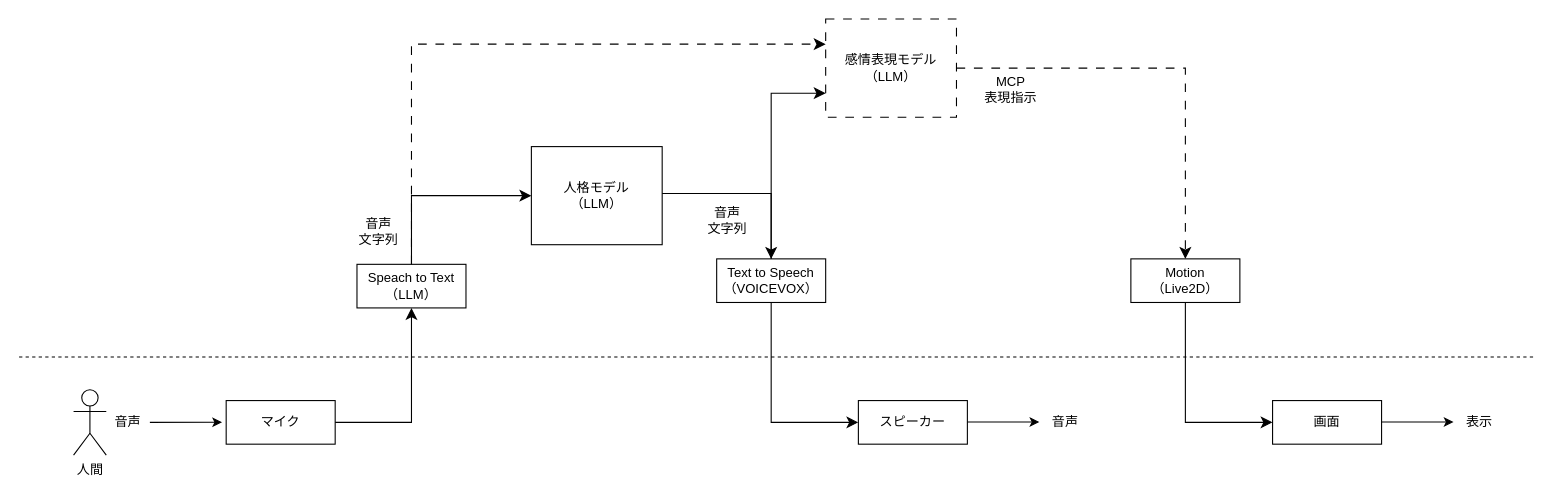
CodeneAria/PersonalityEmulator keeps this draw.io diagram as page "アーキテクチャ" (1 of 3) of document/system/architecture.drawio. Above is the earlier version. Source tidied: cells renumbered, new cells numbered last; positions are measured from the earlier drawing's top-left corner, leaving out a move shared by most shapes. Both pictures are drawn from the tidied source at 109%, with x=0, y=0 at pixel (19, 19).
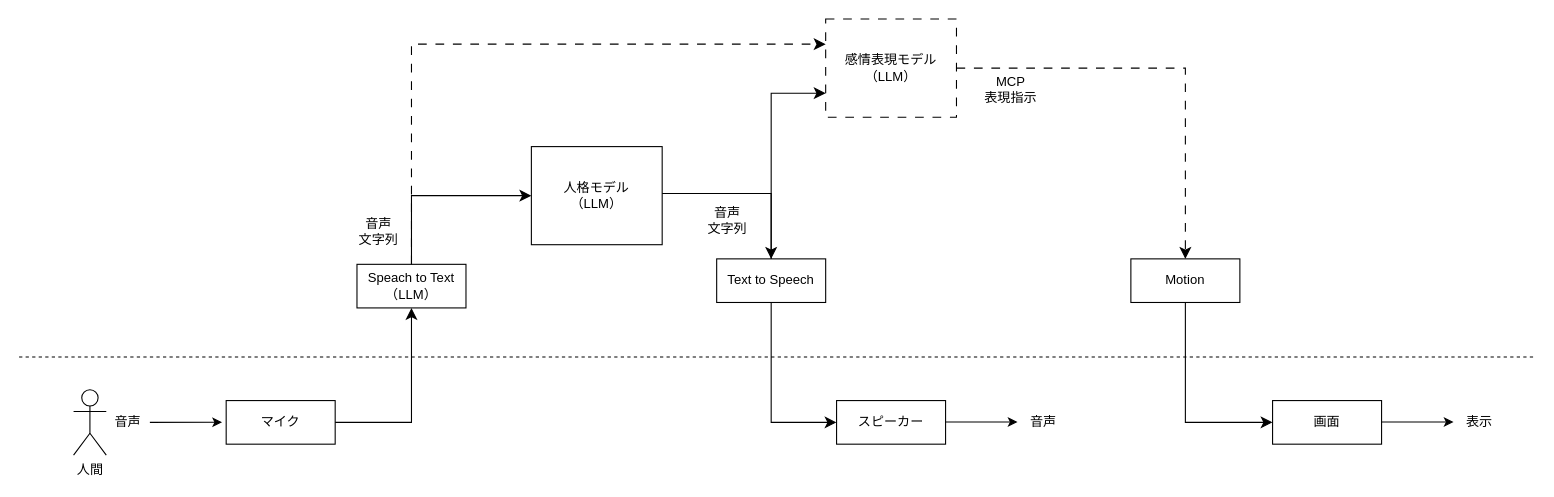
Above is the later version.

The edit, as a diff of the source:
```diff
@@
-    <mxCell id="13" value="Text to Speech&lt;div&gt;（VOICEVOX）&lt;/div&gt;" style="rounded=0;whiteSpace=wrap;html=1;" parent="1" vertex="1">
+    <mxCell id="13" value="Text to Speech" style="rounded=0;whiteSpace=wrap;html=1;" parent="1" vertex="1">
       <mxGeometry x="640" y="220" width="100" height="40" as="geometry" />
     </mxCell>
@@
     <mxCell id="15" value="スピーカー" style="rounded=0;whiteSpace=wrap;html=1;" parent="1" vertex="1">
-      <mxGeometry x="770" y="350" width="100" height="40" as="geometry" />
+      <mxGeometry x="750" y="350" width="100" height="40" as="geometry" />
     </mxCell>
-    <mxCell id="16" style="edgeStyle=elbowEdgeStyle;elbow=vertical;endArrow=classic;html=1;curved=0;rounded=0;endSize=8;startSize=8;exitX=0.5;exitY=1;exitDx=0;exitDy=0;entryX=0;entryY=0.5;entryDx=0;entryDy=0;" parent="1" edge="1" source="13" target="15">
-      <mxGeometry relative="1" as="geometry">
-        <Array as="points">
-          <mxPoint x="680" y="370" />
-        </Array>
-      </mxGeometry>
-    </mxCell>
     <mxCell id="17" value="&lt;span style=&quot;color: rgb(0, 0, 0);&quot;&gt;音声&lt;/span&gt;" style="text;html=1;align=center;verticalAlign=middle;whiteSpace=wrap;rounded=0;" parent="1" vertex="1">
-      <mxGeometry x="930" y="355" width="60" height="30" as="geometry" />
+      <mxGeometry x="910" y="355" width="60" height="30" as="geometry" />
     </mxCell>
     <mxCell id="18" style="endArrow=classic;html=1;entryX=-0.038;entryY=0.497;entryDx=0;entryDy=0;entryPerimeter=0;" parent="1" edge="1">
       <mxGeometry relative="1" as="geometry">
-        <mxPoint x="870" y="369.6" as="sourcePoint" />
-        <mxPoint x="936" y="369.6" as="targetPoint" />
+        <mxPoint x="850" y="369.6" as="sourcePoint" />
+        <mxPoint x="916" y="369.6" as="targetPoint" />
       </mxGeometry>
     </mxCell>
@@
-    <mxCell id="22" value="&lt;div&gt;&lt;font color=&quot;#000000&quot;&gt;Motion&lt;/font&gt;&lt;/div&gt;&lt;div&gt;（Live2D）&lt;/div&gt;" style="rounded=0;whiteSpace=wrap;html=1;" parent="1" vertex="1">
+    <mxCell id="22" value="&lt;div&gt;&lt;font color=&quot;#000000&quot;&gt;Motion&lt;/font&gt;&lt;/div&gt;" style="rounded=0;whiteSpace=wrap;html=1;" parent="1" vertex="1">
       <mxGeometry x="1020" y="220" width="100" height="40" as="geometry" />
     </mxCell>
@@
+    <mxCell id="16" style="edgeStyle=segmentEdgeStyle;endArrow=classic;html=1;curved=0;rounded=0;endSize=8;startSize=8;entryX=0;entryY=0.5;entryDx=0;entryDy=0;exitX=0.5;exitY=1;exitDx=0;exitDy=0;" parent="1" edge="1" source="13" target="15">
+      <mxGeometry relative="1" as="geometry">
+        <Array as="points">
+          <mxPoint x="690" y="370" />
+        </Array>
+      </mxGeometry>
+    </mxCell>
```
